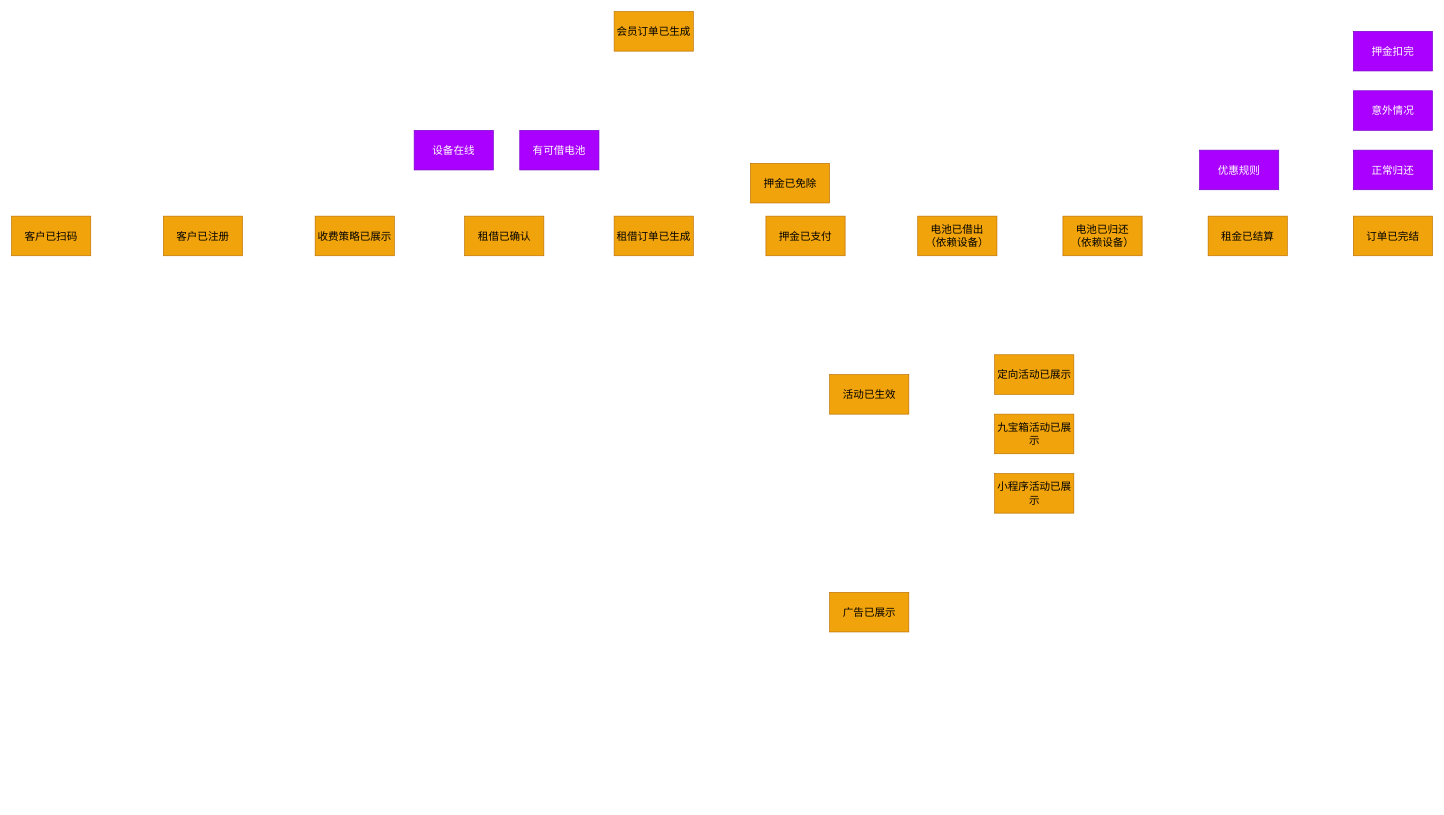
hacksport-666/EventStorming keeps this draw.io diagram as 业务事件.drawio. Above is the earlier version. Source tidied: cells renumbered, new cells numbered last; positions are measured from the earlier drawing's top-left corner, leaving out a move shared by most shapes. Both pictures are drawn from the tidied source at 66%, with x=0, y=0 at pixel (11, 11).
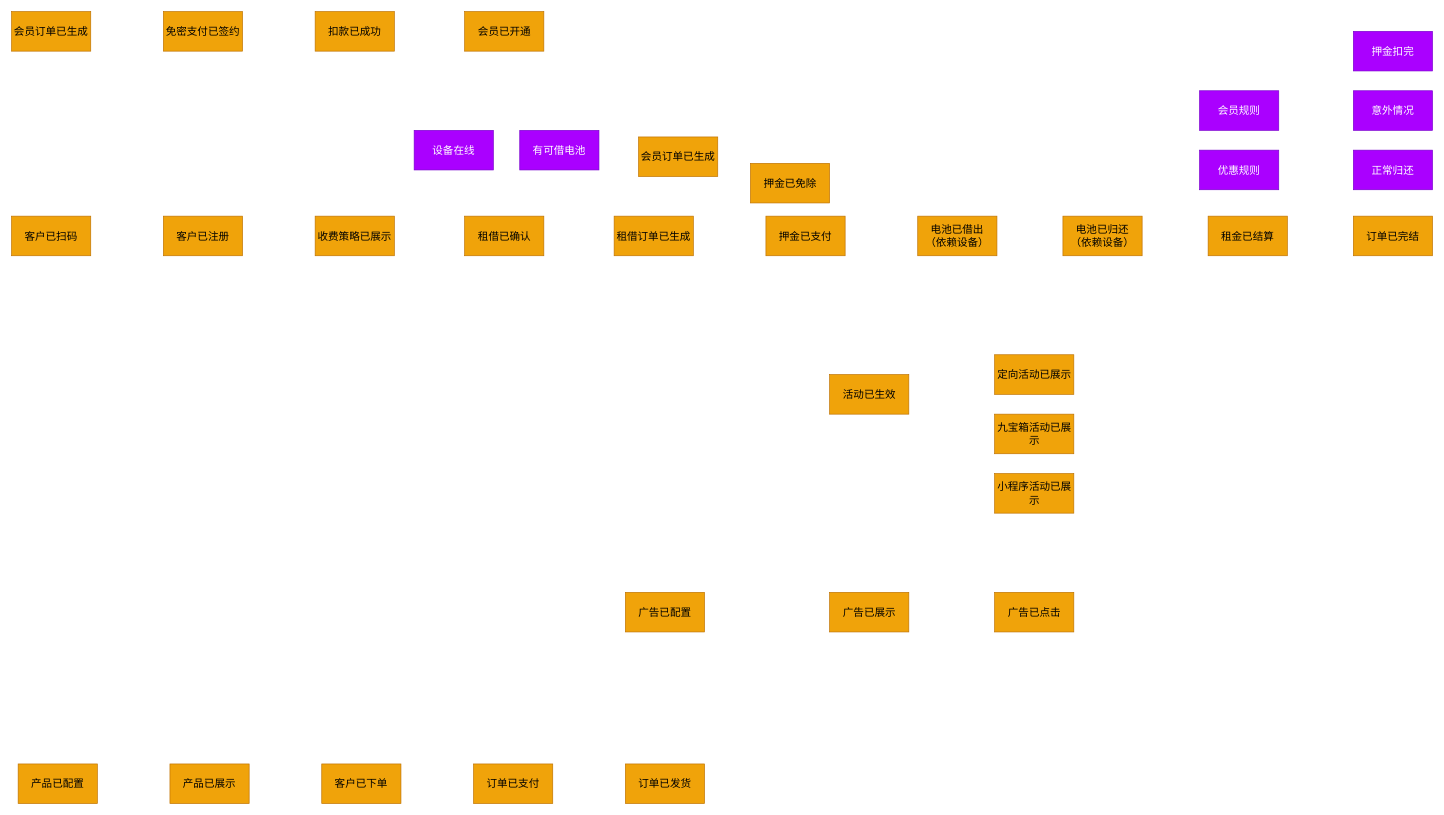
Above is the later version.

The edit, as a diff of the source:
```diff
@@
     <mxCell id="24" value="会员订单已生成" style="rounded=0;whiteSpace=wrap;html=1;strokeColor=#BD7000;fillColor=#f0a30a;fontSize=16;" parent="1" vertex="1">
-      <mxGeometry x="913" width="120" height="60" as="geometry" />
+      <mxGeometry x="950" y="190" width="120" height="60" as="geometry" />
     </mxCell>
+    <mxCell id="25" value="会员规则" style="rounded=0;whiteSpace=wrap;html=1;strokeColor=#7700CC;fillColor=#aa00ff;fontSize=16;fontColor=#ffffff;" parent="1" vertex="1">
+      <mxGeometry x="1800" y="120" width="120" height="60" as="geometry" />
+    </mxCell>
+    <mxCell id="26" value="产品已配置" style="rounded=0;whiteSpace=wrap;html=1;strokeColor=#BD7000;fillColor=#f0a30a;fontSize=16;" parent="1" vertex="1">
+      <mxGeometry x="10" y="1140" width="120" height="60" as="geometry" />
+    </mxCell>
+    <mxCell id="27" value="客户已下单" style="rounded=0;whiteSpace=wrap;html=1;strokeColor=#BD7000;fillColor=#f0a30a;fontSize=16;" parent="1" vertex="1">
+      <mxGeometry x="470" y="1140" width="120" height="60" as="geometry" />
+    </mxCell>
+    <mxCell id="28" value="订单已支付" style="rounded=0;whiteSpace=wrap;html=1;strokeColor=#BD7000;fillColor=#f0a30a;fontSize=16;" parent="1" vertex="1">
+      <mxGeometry x="700" y="1140" width="120" height="60" as="geometry" />
+    </mxCell>
+    <mxCell id="29" value="订单已发货" style="rounded=0;whiteSpace=wrap;html=1;strokeColor=#BD7000;fillColor=#f0a30a;fontSize=16;" parent="1" vertex="1">
+      <mxGeometry x="930" y="1140" width="120" height="60" as="geometry" />
+    </mxCell>
+    <mxCell id="30" value="产品已展示" style="rounded=0;whiteSpace=wrap;html=1;strokeColor=#BD7000;fillColor=#f0a30a;fontSize=16;" parent="1" vertex="1">
+      <mxGeometry x="240" y="1140" width="120" height="60" as="geometry" />
+    </mxCell>
+    <mxCell id="31" value="会员已开通" style="rounded=0;whiteSpace=wrap;html=1;strokeColor=#BD7000;fillColor=#f0a30a;fontSize=16;" parent="1" vertex="1">
+      <mxGeometry x="686.5" width="120" height="60" as="geometry" />
+    </mxCell>
+    <mxCell id="32" value="扣款已成功" style="rounded=0;whiteSpace=wrap;html=1;strokeColor=#BD7000;fillColor=#f0a30a;fontSize=16;" parent="1" vertex="1">
+      <mxGeometry x="460" width="120" height="60" as="geometry" />
+    </mxCell>
+    <mxCell id="33" value="免密支付已签约" style="rounded=0;whiteSpace=wrap;html=1;strokeColor=#BD7000;fillColor=#f0a30a;fontSize=16;" parent="1" vertex="1">
+      <mxGeometry x="230" width="120" height="60" as="geometry" />
+    </mxCell>
+    <mxCell id="34" value="会员订单已生成" style="rounded=0;whiteSpace=wrap;html=1;strokeColor=#BD7000;fillColor=#f0a30a;fontSize=16;" parent="1" vertex="1">
+      <mxGeometry width="120" height="60" as="geometry" />
+    </mxCell>
+    <mxCell id="35" value="广告已配置" style="rounded=0;whiteSpace=wrap;html=1;strokeColor=#BD7000;fillColor=#f0a30a;fontSize=16;" parent="1" vertex="1">
+      <mxGeometry x="930" y="880" width="120" height="60" as="geometry" />
+    </mxCell>
+    <mxCell id="36" value="广告已点击" style="rounded=0;whiteSpace=wrap;html=1;strokeColor=#BD7000;fillColor=#f0a30a;fontSize=16;" parent="1" vertex="1">
+      <mxGeometry x="1489.5" y="880" width="120" height="60" as="geometry" />
+    </mxCell>
```
